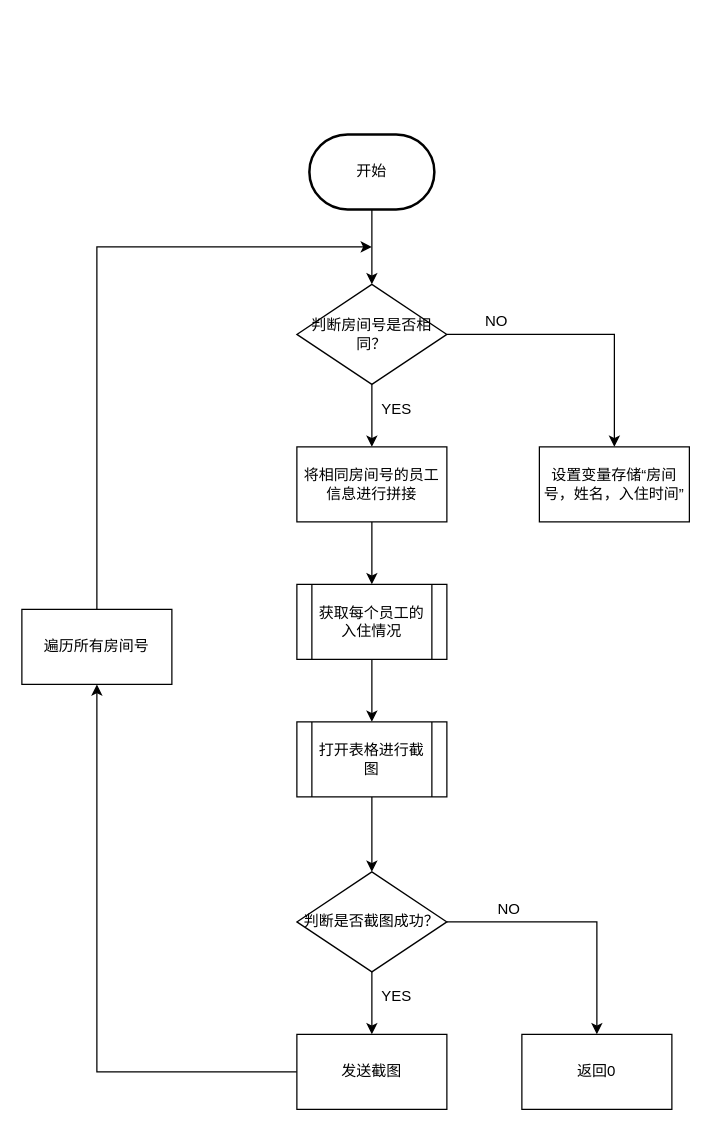
Above: page "读取表格截图发送（read_excel_send)" (6 of 12) of Diagram Tanpa Judul.drawio in huangbaozhi/UML (draw.io), before the change. Source tidied: cells renumbered, new cells numbered last; positions are measured from the earlier drawing's top-left corner, leaving out a move shared by most shapes. Both pictures are drawn from the tidied source at 125%, with x=0, y=0 at pixel (21, 134).
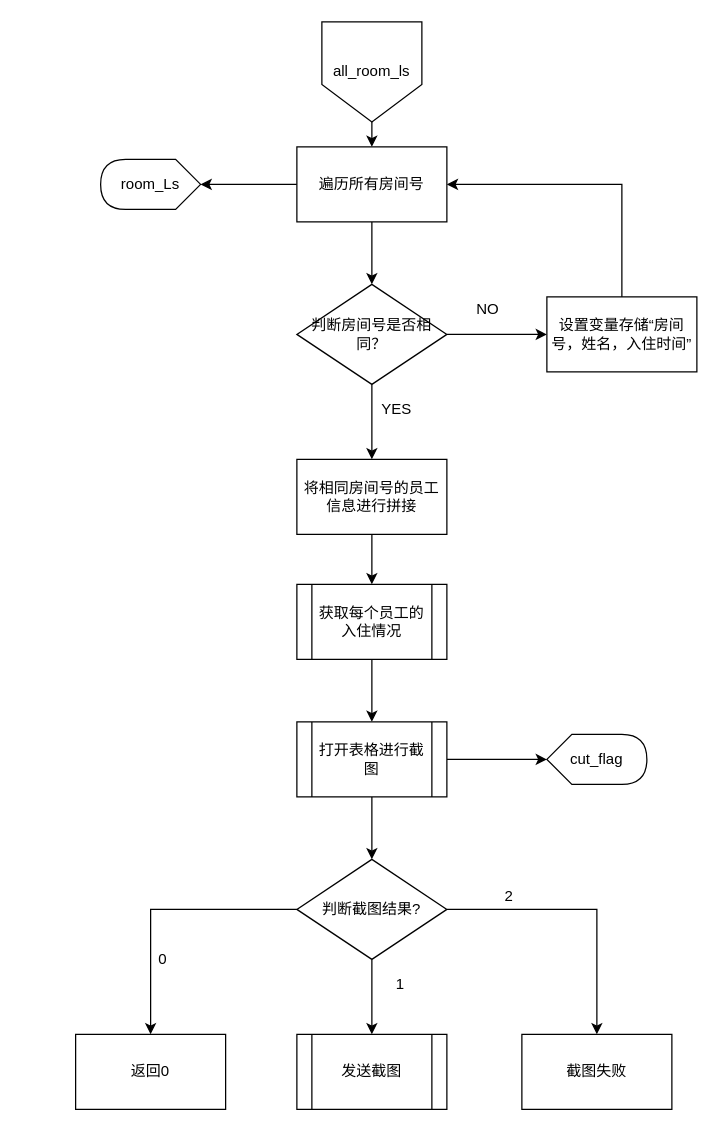
The same diagram, later.

Unchanged cells that the change refers to:
```xml
<mxCell id="6" value="判断房间号是否相同？" style="rhombus;whiteSpace=wrap;html=1;" parent="1" vertex="1">
  <mxGeometry x="220" y="120" width="120" height="80" as="geometry" />
</mxCell>
<mxCell id="15" value="打开表格进行截图" style="shape=process;whiteSpace=wrap;html=1;backgroundOutline=1;" parent="1" vertex="1">
  <mxGeometry x="220" y="470" width="120" height="60" as="geometry" />
</mxCell>
```

The edit, as a diff of the source:
```diff
@@
-    <mxCell id="2" style="edgeStyle=orthogonalEdgeStyle;rounded=0;jettySize=auto;html=1;" parent="1" edge="1" source="3" target="6">
-      <mxGeometry relative="1" as="geometry" />
-    </mxCell>
-    <mxCell id="3" value="开始" style="strokeWidth=2;html=1;shape=mxgraph.flowchart.terminator;whiteSpace=wrap;" parent="1" vertex="1">
-      <mxGeometry x="230" width="100" height="60" as="geometry" />
-    </mxCell>
@@
-    <mxCell id="5" style="edgeStyle=orthogonalEdgeStyle;rounded=0;jettySize=auto;html=1;entryX=0.5;entryY=0;entryDx=0;entryDy=0;" parent="1" edge="1" source="6" target="10">
+    <mxCell id="5" style="edgeStyle=orthogonalEdgeStyle;rounded=0;jettySize=auto;html=1;entryX=0;entryY=0.5;entryDx=0;entryDy=0;" parent="1" edge="1" source="6" target="10">
       <mxGeometry relative="1" as="geometry" />
     </mxCell>
@@
     <mxCell id="8" value="将相同房间号的员工信息进行拼接" style="rounded=0;whiteSpace=wrap;html=1;" parent="1" vertex="1">
-      <mxGeometry x="220" y="250" width="120" height="60" as="geometry" />
+      <mxGeometry x="220" y="260" width="120" height="60" as="geometry" />
     </mxCell>
@@
+    <mxCell id="26" style="edgeStyle=orthogonalEdgeStyle;rounded=0;jettySize=auto;html=1;entryX=1;entryY=0.5;entryDx=0;entryDy=0;" parent="1" edge="1" source="10" target="25">
+      <mxGeometry relative="1" as="geometry">
+        <Array as="points">
+          <mxPoint x="480" y="40" />
+        </Array>
+      </mxGeometry>
+    </mxCell>
     <mxCell id="10" value="设置变量存储“房间号，姓名，入住时间”" style="rounded=0;whiteSpace=wrap;html=1;" parent="1" vertex="1">
-      <mxGeometry x="414" y="250" width="120" height="60" as="geometry" />
+      <mxGeometry x="420" y="130" width="120" height="60" as="geometry" />
     </mxCell>
     <mxCell id="11" value="NO" style="text;html=1;strokeColor=none;fillColor=none;align=center;verticalAlign=middle;whiteSpace=wrap;rounded=0;" parent="1" vertex="1">
-      <mxGeometry x="360" y="140" width="40" height="20" as="geometry" />
+      <mxGeometry x="353" y="130" width="40" height="20" as="geometry" />
     </mxCell>
@@
+    <mxCell id="27" style="edgeStyle=orthogonalEdgeStyle;rounded=0;jettySize=auto;html=1;" parent="1" edge="1" source="15" target="35">
+      <mxGeometry relative="1" as="geometry" />
+    </mxCell>
@@
+    <mxCell id="17" style="edgeStyle=orthogonalEdgeStyle;rounded=0;jettySize=auto;html=1;entryX=0.5;entryY=0;entryDx=0;entryDy=0;" parent="1" edge="1" source="18" target="22">
+      <mxGeometry relative="1" as="geometry" />
+    </mxCell>
+    <mxCell id="28" style="edgeStyle=orthogonalEdgeStyle;rounded=0;jettySize=auto;html=1;exitX=0;exitY=0.5;exitDx=0;exitDy=0;entryX=0.5;entryY=0;entryDx=0;entryDy=0;" parent="1" edge="1" source="18" target="33">
+      <mxGeometry relative="1" as="geometry" />
+    </mxCell>
@@
-    <mxCell id="17" style="edgeStyle=orthogonalEdgeStyle;rounded=0;jettySize=auto;html=1;entryX=0.5;entryY=0;entryDx=0;entryDy=0;" parent="1" edge="1" source="18" target="22">
-      <mxGeometry relative="1" as="geometry" />
-    </mxCell>
-    <mxCell id="18" value="判断是否截图成功？" style="rhombus;whiteSpace=wrap;html=1;" parent="1" vertex="1">
-      <mxGeometry x="220" y="590" width="120" height="80" as="geometry" />
+    <mxCell id="18" value="判断截图结果?" style="rhombus;whiteSpace=wrap;html=1;" parent="1" vertex="1">
+      <mxGeometry x="220" y="580" width="120" height="80" as="geometry" />
     </mxCell>
-    <mxCell id="19" style="edgeStyle=orthogonalEdgeStyle;rounded=0;jettySize=auto;html=1;entryX=0.5;entryY=1;entryDx=0;entryDy=0;" parent="1" edge="1" source="20" target="25">
-      <mxGeometry relative="1" as="geometry" />
-    </mxCell>
-    <mxCell id="20" value="发送截图" style="rounded=0;whiteSpace=wrap;html=1;" parent="1" vertex="1">
-      <mxGeometry x="220" y="720" width="120" height="60" as="geometry" />
-    </mxCell>
-    <mxCell id="21" value="YES" style="text;html=1;strokeColor=none;fillColor=none;align=center;verticalAlign=middle;whiteSpace=wrap;rounded=0;" parent="1" vertex="1">
-      <mxGeometry x="280" y="680" width="40" height="20" as="geometry" />
+    <mxCell id="21" value="1" style="text;html=1;strokeColor=none;fillColor=none;align=center;verticalAlign=middle;whiteSpace=wrap;rounded=0;" parent="1" vertex="1">
+      <mxGeometry x="283" y="670" width="40" height="20" as="geometry" />
     </mxCell>
-    <mxCell id="22" value="返回0" style="rounded=0;whiteSpace=wrap;html=1;" parent="1" vertex="1">
+    <mxCell id="22" value="截图失败" style="rounded=0;whiteSpace=wrap;html=1;" parent="1" vertex="1">
       <mxGeometry x="400" y="720" width="120" height="60" as="geometry" />
     </mxCell>
-    <mxCell id="23" value="NO" style="text;html=1;strokeColor=none;fillColor=none;align=center;verticalAlign=middle;whiteSpace=wrap;rounded=0;" parent="1" vertex="1">
-      <mxGeometry x="370" y="610" width="40" height="20" as="geometry" />
+    <mxCell id="23" value="2" style="text;html=1;strokeColor=none;fillColor=none;align=center;verticalAlign=middle;whiteSpace=wrap;rounded=0;" parent="1" vertex="1">
+      <mxGeometry x="370" y="600" width="40" height="20" as="geometry" />
     </mxCell>
-    <mxCell id="24" style="edgeStyle=orthogonalEdgeStyle;rounded=0;jettySize=auto;html=1;" parent="1" edge="1" source="25">
-      <mxGeometry relative="1" as="geometry">
-        <mxPoint x="280" y="90" as="targetPoint" />
-        <Array as="points">
-          <mxPoint x="60" y="90" />
-        </Array>
-      </mxGeometry>
-    </mxCell>
+    <mxCell id="29" style="edgeStyle=orthogonalEdgeStyle;rounded=0;jettySize=auto;html=1;exitX=0.5;exitY=1;exitDx=0;exitDy=0;entryX=0.5;entryY=0;entryDx=0;entryDy=0;" parent="1" edge="1" source="25" target="6">
+      <mxGeometry relative="1" as="geometry" />
+    </mxCell>
+    <mxCell id="30" style="edgeStyle=orthogonalEdgeStyle;rounded=0;jettySize=auto;html=1;" parent="1" edge="1" source="25" target="34">
+      <mxGeometry relative="1" as="geometry" />
+    </mxCell>
     <mxCell id="25" value="遍历所有房间号" style="rounded=0;whiteSpace=wrap;html=1;" parent="1" vertex="1">
-      <mxGeometry y="380" width="120" height="60" as="geometry" />
+      <mxGeometry x="220" y="10" width="120" height="60" as="geometry" />
     </mxCell>
+    <mxCell id="31" style="edgeStyle=orthogonalEdgeStyle;rounded=0;jettySize=auto;html=1;exitX=0.5;exitY=1;exitDx=0;exitDy=0;entryX=0.5;entryY=0;entryDx=0;entryDy=0;" parent="1" edge="1" source="32" target="25">
+      <mxGeometry relative="1" as="geometry" />
+    </mxCell>
+    <mxCell id="32" value="all_room_ls" style="shape=offPageConnector;whiteSpace=wrap;html=1;" parent="1" vertex="1">
+      <mxGeometry x="240" y="-90" width="80" height="80" as="geometry" />
+    </mxCell>
+    <mxCell id="33" value="返回0" style="rounded=0;whiteSpace=wrap;html=1;" parent="1" vertex="1">
+      <mxGeometry x="43" y="720" width="120" height="60" as="geometry" />
+    </mxCell>
+    <mxCell id="34" value="room_Ls" style="shape=display;whiteSpace=wrap;html=1;direction=west;" parent="1" vertex="1">
+      <mxGeometry x="63" y="20" width="80" height="40" as="geometry" />
+    </mxCell>
+    <mxCell id="35" value="cut_flag" style="shape=display;whiteSpace=wrap;html=1;" parent="1" vertex="1">
+      <mxGeometry x="420" y="480" width="80" height="40" as="geometry" />
+    </mxCell>
+    <mxCell id="36" value="0" style="text;html=1;strokeColor=none;fillColor=none;align=center;verticalAlign=middle;whiteSpace=wrap;rounded=0;" parent="1" vertex="1">
+      <mxGeometry x="93" y="650" width="40" height="20" as="geometry" />
+    </mxCell>
+    <mxCell id="20" value="发送截图" style="shape=process;whiteSpace=wrap;html=1;backgroundOutline=1;" parent="1" vertex="1">
+      <mxGeometry x="220" y="720" width="120" height="60" as="geometry" />
+    </mxCell>
```
